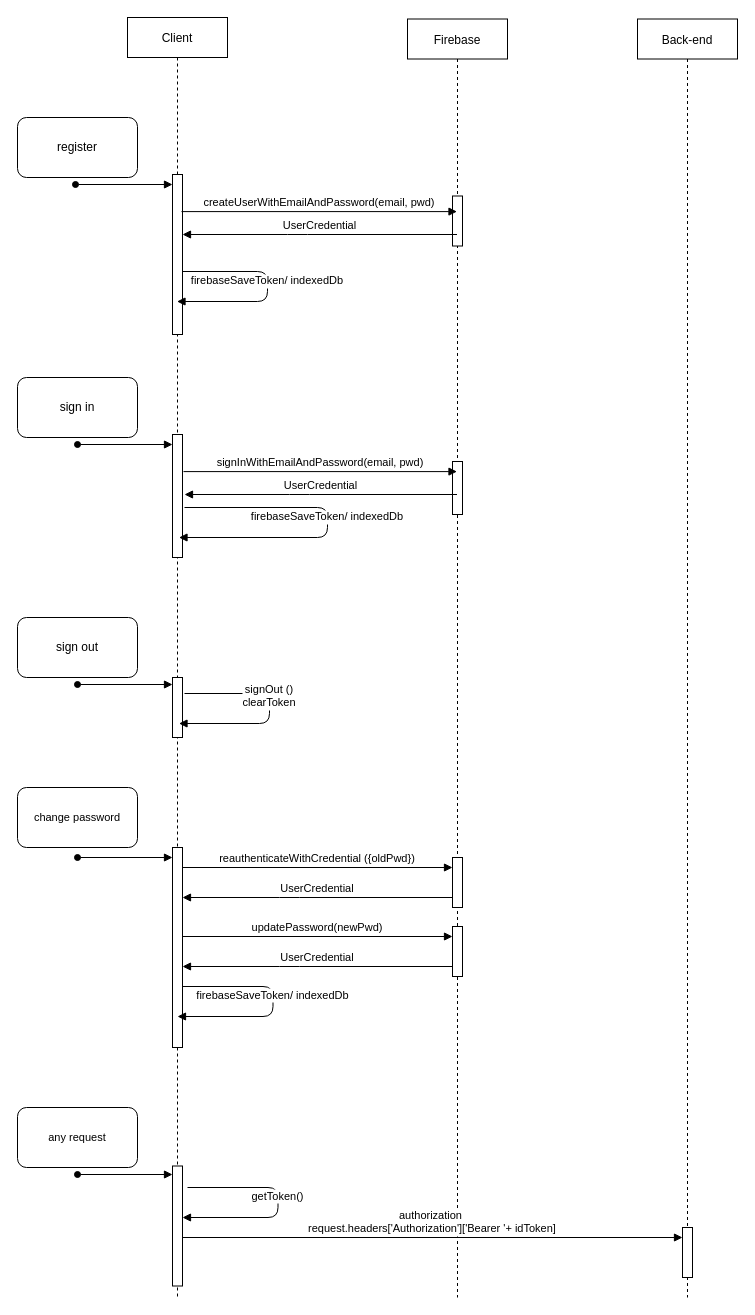
Earlier version of the draw.io diagram FirebaseAuth.drawio (vanthang1996/IPTV). Source tidied: cells renumbered, new cells numbered last; positions are measured from the earlier drawing's top-left corner, leaving out a move shared by most shapes. Both pictures are drawn from the tidied source at 100%, with x=0, y=0 at pixel (17, 17).
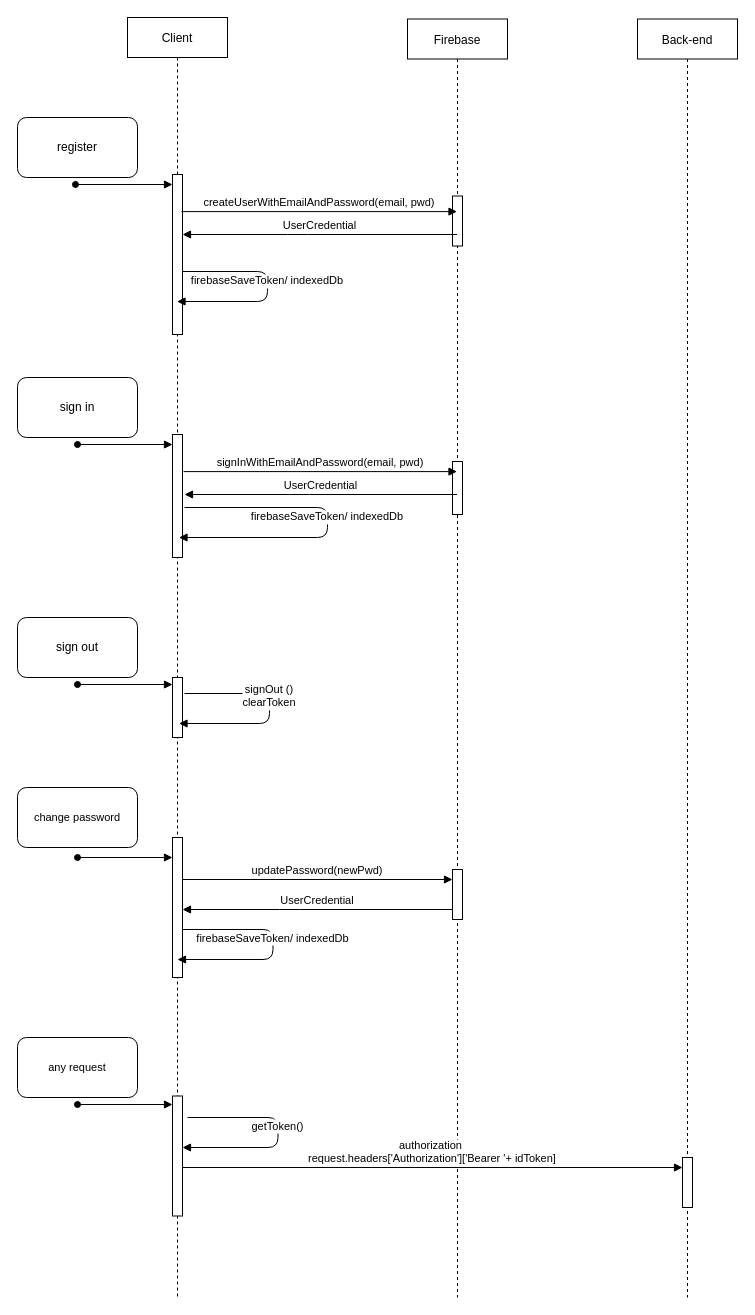
The same diagram, later.

The change refers to these unchanged cells:
```xml
<mxCell id="2" value="Client" style="shape=umlLifeline;perimeter=lifelinePerimeter;rounded=0;shadow=0;strokeWidth=1;" parent="1" vertex="1">
  <mxGeometry x="110" width="100" height="1280" as="geometry" />
</mxCell>
<mxCell id="9" value="Firebase" style="shape=umlLifeline;perimeter=lifelinePerimeter;rounded=0;shadow=0;strokeWidth=1;" parent="1" vertex="1">
  <mxGeometry x="390" y="1.5" width="100" height="1278.5" as="geometry" />
</mxCell>
<mxCell id="33" value="Back-end" style="shape=umlLifeline;perimeter=lifelinePerimeter;rounded=0;shadow=0;strokeWidth=1;" parent="1" vertex="1">
  <mxGeometry x="620" y="1.5" width="100" height="1278.5" as="geometry" />
</mxCell>
```

What changed in the source:
```diff
@@
     <mxCell id="6" style="perimeter=orthogonalPerimeter;rounded=0;shadow=0;strokeWidth=1;" parent="2" vertex="1">
-      <mxGeometry x="45" y="830" width="10" height="200" as="geometry" />
+      <mxGeometry x="45" y="820" width="10" height="140" as="geometry" />
     </mxCell>
     <mxCell id="7" style="perimeter=orthogonalPerimeter;rounded=0;shadow=0;strokeWidth=1;" parent="2" vertex="1">
-      <mxGeometry x="45" y="1148.5" width="10" height="120" as="geometry" />
+      <mxGeometry x="45" y="1078.5" width="10" height="120" as="geometry" />
     </mxCell>
     <mxCell id="8" style="verticalAlign=bottom;startArrow=oval;endArrow=block;shadow=0;strokeWidth=1;" parent="2" edge="1">
       <mxGeometry relative="1" as="geometry">
-        <mxPoint x="-50" y="1157" as="sourcePoint" />
-        <mxPoint x="45" y="1157" as="targetPoint" />
+        <mxPoint x="-50" y="1087" as="sourcePoint" />
+        <mxPoint x="45" y="1087" as="targetPoint" />
       </mxGeometry>
     </mxCell>
@@
     <mxCell id="12" style="points=[];perimeter=orthogonalPerimeter;rounded=0;shadow=0;strokeWidth=1;" parent="9" vertex="1">
-      <mxGeometry x="45" y="907.5" width="10" height="50" as="geometry" />
+      <mxGeometry x="45" y="850.5" width="10" height="50" as="geometry" />
     </mxCell>
-    <mxCell id="13" style="perimeter=orthogonalPerimeter;rounded=0;shadow=0;strokeWidth=1;" parent="9" vertex="1">
-      <mxGeometry x="45" y="838.5" width="10" height="50" as="geometry" />
-    </mxCell>
@@
     <mxCell id="25" value="updatePassword(newPwd)" style="verticalAlign=bottom;endArrow=block;shadow=0;strokeWidth=1;" parent="1" edge="1" target="12">
       <mxGeometry relative="1" as="geometry">
-        <mxPoint x="165" y="919" as="sourcePoint" />
+        <mxPoint x="165" y="862" as="sourcePoint" />
       </mxGeometry>
     </mxCell>
     <mxCell id="26" value="UserCredential" style="verticalAlign=bottom;endArrow=block;shadow=0;strokeWidth=1;" parent="1" edge="1" source="12">
       <mxGeometry relative="1" as="geometry">
-        <mxPoint x="165" y="949" as="targetPoint" />
+        <mxPoint x="165" y="892" as="targetPoint" />
         <Array as="points">
-          <mxPoint x="272" y="949" />
+          <mxPoint x="272" y="892" />
         </Array>
       </mxGeometry>
     </mxCell>
     <mxCell id="27" value="firebaseSaveToken/ indexedDb" style="verticalAlign=bottom;endArrow=block;shadow=0;strokeWidth=1;" parent="1" edge="1">
       <mxGeometry relative="1" as="geometry">
-        <mxPoint x="165" y="969" as="sourcePoint" />
-        <mxPoint x="160" y="999" as="targetPoint" />
+        <mxPoint x="165" y="912" as="sourcePoint" />
+        <mxPoint x="160" y="942" as="targetPoint" />
         <Array as="points">
-          <mxPoint x="255.5" y="969" />
-          <mxPoint x="255.5" y="999" />
+          <mxPoint x="255.5" y="912" />
+          <mxPoint x="255.5" y="942" />
         </Array>
       </mxGeometry>
     </mxCell>
@@
     <mxCell id="32" value="&lt;span style=&quot;font-size: 11px ; background-color: rgb(255 , 255 , 255)&quot;&gt;any request&lt;/span&gt;" style="rounded=1;whiteSpace=wrap;html=1;" parent="1" vertex="1">
-      <mxGeometry y="1090" width="120" height="60" as="geometry" />
+      <mxGeometry y="1020" width="120" height="60" as="geometry" />
     </mxCell>
@@
     <mxCell id="34" style="perimeter=orthogonalPerimeter;rounded=0;shadow=0;strokeWidth=1;" parent="33" vertex="1">
-      <mxGeometry x="45" y="1208.5" width="10" height="50" as="geometry" />
+      <mxGeometry x="45" y="1138.5" width="10" height="50" as="geometry" />
     </mxCell>
     <mxCell id="35" value="authorization &#10;request.headers['Authorization']['Bearer '+ idToken]" style="verticalAlign=bottom;endArrow=block;shadow=0;strokeWidth=1;" parent="1" edge="1">
       <mxGeometry relative="1" as="geometry">
-        <mxPoint x="165" y="1220" as="sourcePoint" />
-        <mxPoint x="665" y="1220" as="targetPoint" />
+        <mxPoint x="165" y="1150" as="sourcePoint" />
+        <mxPoint x="665" y="1150" as="targetPoint" />
       </mxGeometry>
     </mxCell>
     <mxCell id="36" value="getToken()" style="verticalAlign=bottom;endArrow=block;shadow=0;strokeWidth=1;" parent="1" edge="1">
       <mxGeometry relative="1" as="geometry">
-        <mxPoint x="170" y="1170" as="sourcePoint" />
-        <mxPoint x="165" y="1200" as="targetPoint" />
+        <mxPoint x="170" y="1100" as="sourcePoint" />
+        <mxPoint x="165" y="1130" as="targetPoint" />
         <Array as="points">
-          <mxPoint x="260.5" y="1170" />
-          <mxPoint x="260.5" y="1200" />
+          <mxPoint x="260.5" y="1100" />
+          <mxPoint x="260.5" y="1130" />
         </Array>
       </mxGeometry>
     </mxCell>
-    <mxCell id="37" value="reauthenticateWithCredential ({oldPwd})" style="verticalAlign=bottom;endArrow=block;shadow=0;strokeWidth=1;" parent="1" edge="1">
-      <mxGeometry relative="1" as="geometry">
-        <mxPoint x="165" y="850" as="sourcePoint" />
-        <mxPoint x="435" y="850" as="targetPoint" />
-      </mxGeometry>
-    </mxCell>
-    <mxCell id="38" value="UserCredential" style="verticalAlign=bottom;endArrow=block;shadow=0;strokeWidth=1;" parent="1" edge="1">
-      <mxGeometry relative="1" as="geometry">
-        <mxPoint x="435" y="880" as="sourcePoint" />
-        <mxPoint x="165" y="880" as="targetPoint" />
-        <Array as="points">
-          <mxPoint x="272" y="880" />
-        </Array>
-      </mxGeometry>
-    </mxCell>
```
